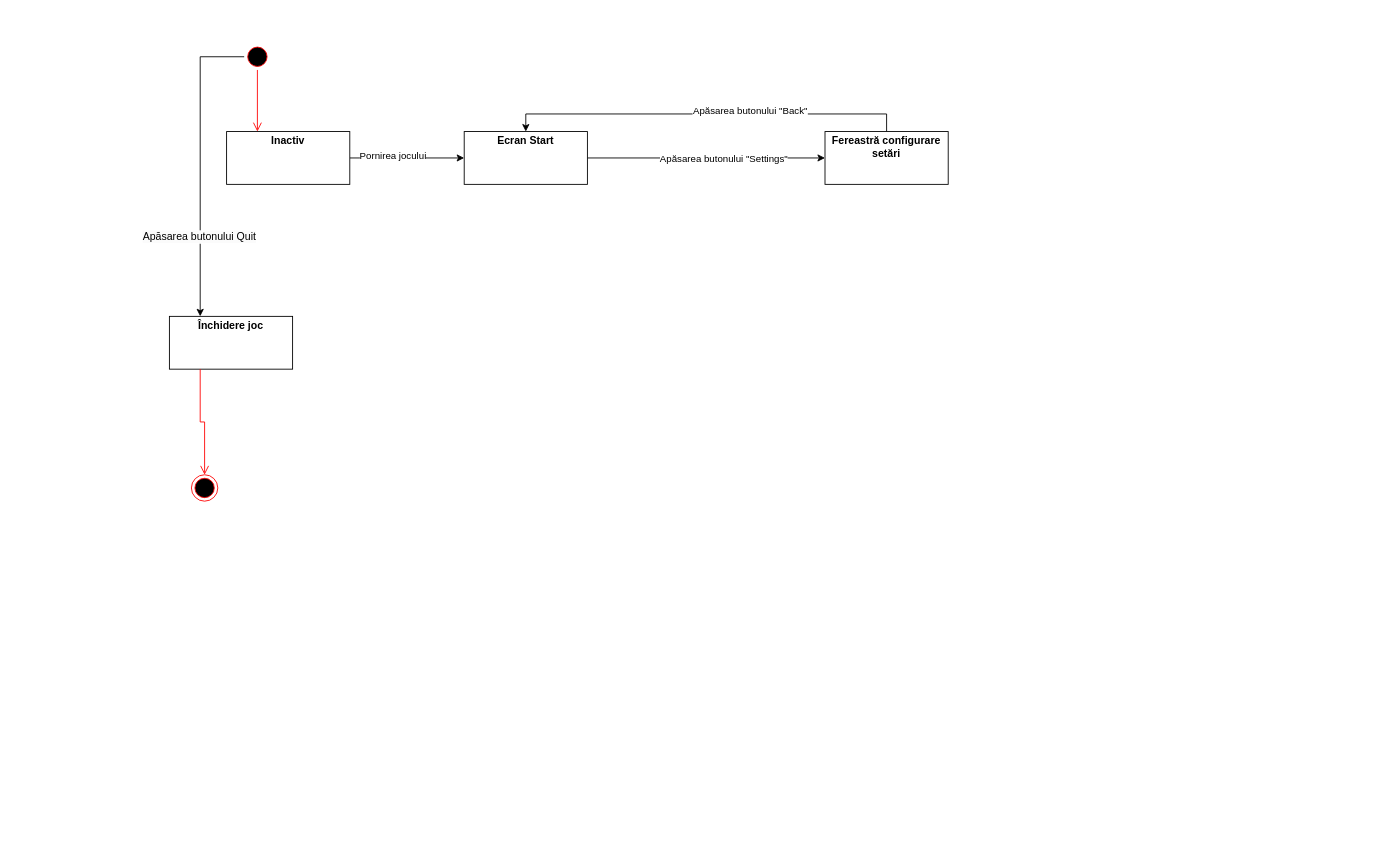
DraghiciAndrei1307/DiagramaDeClase keeps this draw.io diagram as Untitled Diagram.drawio. Above is the earlier version. Source tidied: cells renumbered, new cells numbered last; positions are measured from the earlier drawing's top-left corner, leaving out a move shared by most shapes. Both pictures are drawn from the tidied source at 88%, with x=0, y=0 at pixel (169, 43).
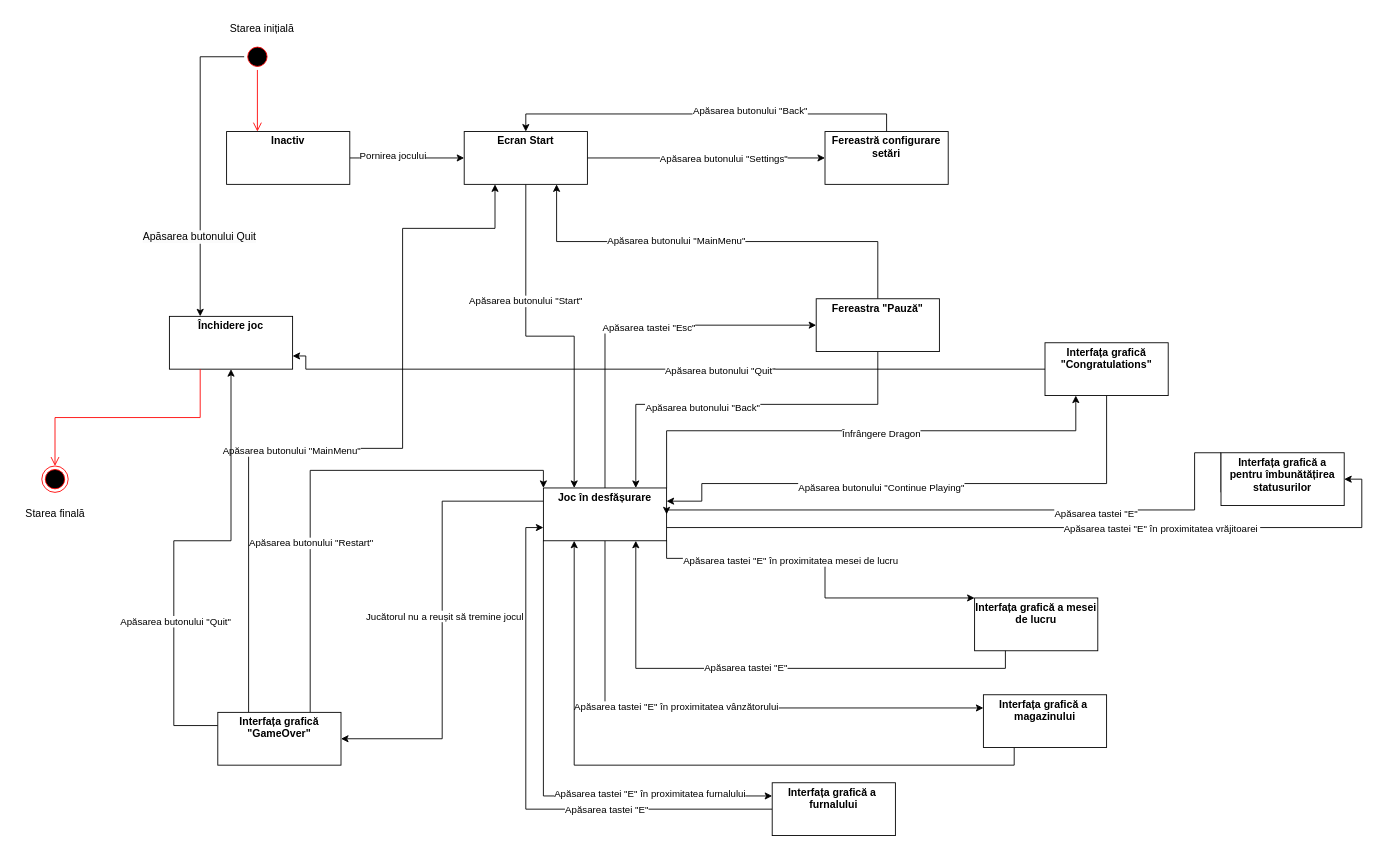
After the change.

Unchanged cells that the change refers to:
```xml
<mxCell id="12" value="&lt;p style=&quot;margin:0px;margin-top:4px;text-align:center;&quot;&gt;&lt;b&gt;Ecran Start&lt;/b&gt;&lt;/p&gt;" style="verticalAlign=top;align=left;overflow=fill;html=1;whiteSpace=wrap;" parent="1" vertex="1">
  <mxGeometry x="335" y="100" width="140" height="60" as="geometry" />
</mxCell>
<mxCell id="16" value="&lt;p style=&quot;margin:0px;margin-top:4px;text-align:center;&quot;&gt;&lt;b&gt;Închidere joc&lt;/b&gt;&lt;/p&gt;" style="verticalAlign=top;align=left;overflow=fill;html=1;whiteSpace=wrap;" parent="1" vertex="1">
  <mxGeometry y="310" width="140" height="60" as="geometry" />
</mxCell>
```

Diff of the diagram source:
```diff
@@
     <mxCell id="6" style="ellipse;html=1;shape=endState;fillColor=#000000;strokeColor=#ff0000;" parent="1" vertex="1">
-      <mxGeometry x="25" y="490" width="30" height="30" as="geometry" />
+      <mxGeometry x="-145" y="480" width="30" height="30" as="geometry" />
     </mxCell>
@@
+    <mxCell id="18" style="edgeStyle=orthogonalEdgeStyle;rounded=0;jettySize=auto;html=1;exitX=0.5;exitY=1;exitDx=0;exitDy=0;entryX=0.25;entryY=0;entryDx=0;entryDy=0;" parent="1" edge="1" source="12" target="34">
+      <mxGeometry relative="1" as="geometry" />
+    </mxCell>
+    <mxCell id="19" value="Apăsarea butonului &quot;Start&quot;" style="edgeLabel;html=1;align=center;verticalAlign=middle;" parent="18" vertex="1">
+      <mxGeometry x="-0.34" y="-1" relative="1" as="geometry" />
+    </mxCell>
@@
+    <mxCell id="20" style="edgeStyle=orthogonalEdgeStyle;rounded=0;jettySize=auto;html=1;exitX=0.5;exitY=0;exitDx=0;exitDy=0;entryX=0;entryY=0.5;entryDx=0;entryDy=0;" parent="1" edge="1" source="34" target="39">
+      <mxGeometry relative="1" as="geometry" />
+    </mxCell>
+    <mxCell id="21" value="Apăsarea tastei &quot;Esc&quot;" style="edgeLabel;html=1;align=center;verticalAlign=middle;" parent="20" vertex="1">
+      <mxGeometry x="0.1" y="-2" relative="1" as="geometry" />
+    </mxCell>
+    <mxCell id="22" style="edgeStyle=orthogonalEdgeStyle;rounded=0;jettySize=auto;html=1;exitX=1;exitY=1;exitDx=0;exitDy=0;" parent="1" edge="1" source="34" target="40">
+      <mxGeometry relative="1" as="geometry">
+        <Array as="points">
+          <mxPoint x="565" y="585" />
+          <mxPoint x="745" y="585" />
+          <mxPoint x="745" y="630" />
+        </Array>
+      </mxGeometry>
+    </mxCell>
+    <mxCell id="23" value="Apăsarea tastei &quot;E&quot; în proximitatea mesei de lucru" style="edgeLabel;html=1;align=center;verticalAlign=middle;" parent="22" vertex="1">
+      <mxGeometry x="-0.23" y="-2" relative="1" as="geometry" />
+    </mxCell>
+    <mxCell id="24" style="edgeStyle=orthogonalEdgeStyle;rounded=0;jettySize=auto;html=1;exitX=0.5;exitY=1;exitDx=0;exitDy=0;entryX=0;entryY=0.25;entryDx=0;entryDy=0;" parent="1" edge="1" source="34" target="44">
+      <mxGeometry relative="1" as="geometry" />
+    </mxCell>
+    <mxCell id="25" value="Apăsarea tastei &quot;E&quot; în proximitatea vânzătorului" style="edgeLabel;html=1;align=center;verticalAlign=middle;" parent="24" vertex="1">
+      <mxGeometry x="-0.13" y="2" relative="1" as="geometry" />
+    </mxCell>
+    <mxCell id="26" style="edgeStyle=orthogonalEdgeStyle;rounded=0;jettySize=auto;html=1;exitX=0;exitY=1;exitDx=0;exitDy=0;entryX=0;entryY=0.25;entryDx=0;entryDy=0;" parent="1" edge="1" source="34" target="47">
+      <mxGeometry relative="1" as="geometry" />
+    </mxCell>
+    <mxCell id="27" value="Apăsarea tastei &quot;E&quot; în proximitatea furnalului" style="edgeLabel;html=1;align=center;verticalAlign=middle;" parent="26" vertex="1">
+      <mxGeometry x="0.49" y="3" relative="1" as="geometry" />
+    </mxCell>
+    <mxCell id="28" style="edgeStyle=orthogonalEdgeStyle;rounded=0;jettySize=auto;html=1;exitX=1;exitY=0.75;exitDx=0;exitDy=0;entryX=1;entryY=0.5;entryDx=0;entryDy=0;" parent="1" edge="1" source="34" target="50">
+      <mxGeometry relative="1" as="geometry" />
+    </mxCell>
+    <mxCell id="29" value="Apăsarea tastei &quot;E&quot; în proximitatea vrăjitoarei&amp;nbsp;" style="edgeLabel;html=1;align=center;verticalAlign=middle;" parent="28" vertex="1">
+      <mxGeometry x="0.3" relative="1" as="geometry" />
+    </mxCell>
+    <mxCell id="30" style="edgeStyle=orthogonalEdgeStyle;rounded=0;jettySize=auto;html=1;exitX=0;exitY=0.25;exitDx=0;exitDy=0;entryX=1;entryY=0.5;entryDx=0;entryDy=0;" parent="1" edge="1" source="34" target="57">
+      <mxGeometry relative="1" as="geometry" />
+    </mxCell>
+    <mxCell id="31" value="Jucătorul nu a reușit să tremine jocul" style="edgeLabel;html=1;align=center;verticalAlign=middle;" parent="30" vertex="1">
+      <mxGeometry x="-0.02" y="2" relative="1" as="geometry" />
+    </mxCell>
+    <mxCell id="32" style="edgeStyle=orthogonalEdgeStyle;rounded=0;jettySize=auto;html=1;exitX=1;exitY=0;exitDx=0;exitDy=0;entryX=0.25;entryY=1;entryDx=0;entryDy=0;" parent="1" edge="1" source="34" target="62">
+      <mxGeometry relative="1" as="geometry">
+        <Array as="points">
+          <mxPoint x="565" y="440" />
+          <mxPoint x="1030" y="440" />
+        </Array>
+      </mxGeometry>
+    </mxCell>
+    <mxCell id="33" value="Înfrângere Dragon" style="edgeLabel;html=1;align=center;verticalAlign=middle;" parent="32" vertex="1">
+      <mxGeometry x="0.08" y="-2" relative="1" as="geometry">
+        <mxPoint y="1" as="offset" />
+      </mxGeometry>
+    </mxCell>
+    <mxCell id="34" value="&lt;p style=&quot;margin:0px;margin-top:4px;text-align:center;&quot;&gt;&lt;b&gt;Joc în desfășurare&lt;/b&gt;&lt;/p&gt;" style="verticalAlign=top;align=left;overflow=fill;html=1;whiteSpace=wrap;" parent="1" vertex="1">
+      <mxGeometry x="425" y="505" width="140" height="60" as="geometry" />
+    </mxCell>
+    <mxCell id="35" style="edgeStyle=orthogonalEdgeStyle;rounded=0;jettySize=auto;html=1;exitX=0.5;exitY=0;exitDx=0;exitDy=0;entryX=0.75;entryY=1;entryDx=0;entryDy=0;" parent="1" edge="1" source="39" target="12">
+      <mxGeometry relative="1" as="geometry" />
+    </mxCell>
+    <mxCell id="36" value="Apăsarea butonului &quot;MainMenu&quot;" style="edgeLabel;html=1;align=center;verticalAlign=middle;" parent="35" vertex="1">
+      <mxGeometry x="0.19" y="-2" relative="1" as="geometry" />
+    </mxCell>
+    <mxCell id="37" style="edgeStyle=orthogonalEdgeStyle;rounded=0;jettySize=auto;html=1;exitX=0.5;exitY=1;exitDx=0;exitDy=0;entryX=0.75;entryY=0;entryDx=0;entryDy=0;" parent="1" edge="1" source="39" target="34">
+      <mxGeometry relative="1" as="geometry">
+        <Array as="points">
+          <mxPoint x="805" y="410" />
+          <mxPoint x="530" y="410" />
+        </Array>
+      </mxGeometry>
+    </mxCell>
+    <mxCell id="38" value="Apăsarea butonului &quot;Back&quot;" style="edgeLabel;html=1;align=center;verticalAlign=middle;" parent="37" vertex="1">
+      <mxGeometry x="0.21" y="3" relative="1" as="geometry" />
+    </mxCell>
+    <mxCell id="39" value="&lt;p style=&quot;margin:0px;margin-top:4px;text-align:center;&quot;&gt;&lt;b&gt;Fereastra &quot;Pauză&quot;&lt;/b&gt;&lt;/p&gt;" style="verticalAlign=top;align=left;overflow=fill;html=1;whiteSpace=wrap;" parent="1" vertex="1">
+      <mxGeometry x="735" y="290" width="140" height="60" as="geometry" />
+    </mxCell>
+    <mxCell id="40" value="&lt;p style=&quot;margin:0px;margin-top:4px;text-align:center;&quot;&gt;&lt;b&gt;Interfața grafică a mesei de lucru&lt;/b&gt;&lt;/p&gt;" style="verticalAlign=top;align=left;overflow=fill;html=1;whiteSpace=wrap;" parent="1" vertex="1">
+      <mxGeometry x="915" y="630" width="140" height="60" as="geometry" />
+    </mxCell>
+    <mxCell id="41" style="edgeStyle=orthogonalEdgeStyle;rounded=0;jettySize=auto;html=1;exitX=0.25;exitY=1;exitDx=0;exitDy=0;entryX=0.75;entryY=1;entryDx=0;entryDy=0;" parent="1" edge="1" source="40" target="34">
+      <mxGeometry relative="1" as="geometry" />
+    </mxCell>
+    <mxCell id="42" value="Apăsarea tastei &quot;E&quot;" style="edgeLabel;html=1;align=center;verticalAlign=middle;" parent="41" vertex="1">
+      <mxGeometry x="0.08" y="-1" relative="1" as="geometry" />
+    </mxCell>
+    <mxCell id="43" style="edgeStyle=orthogonalEdgeStyle;rounded=0;jettySize=auto;html=1;exitX=0.25;exitY=1;exitDx=0;exitDy=0;entryX=0.25;entryY=1;entryDx=0;entryDy=0;" parent="1" edge="1" source="44" target="34">
+      <mxGeometry relative="1" as="geometry" />
+    </mxCell>
+    <mxCell id="44" value="&lt;p style=&quot;margin:0px;margin-top:4px;text-align:center;&quot;&gt;&lt;b&gt;Interfața grafică a&amp;nbsp; magazinului&lt;/b&gt;&lt;/p&gt;" style="verticalAlign=top;align=left;overflow=fill;html=1;whiteSpace=wrap;" parent="1" vertex="1">
+      <mxGeometry x="925" y="740" width="140" height="60" as="geometry" />
+    </mxCell>
+    <mxCell id="45" style="edgeStyle=orthogonalEdgeStyle;rounded=0;jettySize=auto;html=1;exitX=0;exitY=0.5;exitDx=0;exitDy=0;entryX=0;entryY=0.75;entryDx=0;entryDy=0;" parent="1" edge="1" source="47" target="34">
+      <mxGeometry relative="1" as="geometry" />
+    </mxCell>
+    <mxCell id="46" value="Apăsarea tastei &quot;E&quot;" style="edgeLabel;html=1;align=center;verticalAlign=middle;" parent="45" vertex="1">
+      <mxGeometry x="-0.39" relative="1" as="geometry" />
+    </mxCell>
+    <mxCell id="47" value="&lt;p style=&quot;margin:0px;margin-top:4px;text-align:center;&quot;&gt;&lt;b&gt;Interfața grafică a&amp;nbsp; furnalului&lt;/b&gt;&lt;/p&gt;" style="verticalAlign=top;align=left;overflow=fill;html=1;whiteSpace=wrap;" parent="1" vertex="1">
+      <mxGeometry x="685" y="840" width="140" height="60" as="geometry" />
+    </mxCell>
+    <mxCell id="48" style="edgeStyle=orthogonalEdgeStyle;rounded=0;jettySize=auto;html=1;exitX=0;exitY=0.75;exitDx=0;exitDy=0;entryX=1;entryY=0.5;entryDx=0;entryDy=0;" parent="1" edge="1" source="50" target="34">
+      <mxGeometry relative="1" as="geometry">
+        <Array as="points">
+          <mxPoint x="1195" y="465" />
+          <mxPoint x="1165" y="465" />
+          <mxPoint x="1165" y="530" />
+          <mxPoint x="565" y="530" />
+        </Array>
+      </mxGeometry>
+    </mxCell>
+    <mxCell id="49" value="Apăsarea tastei &quot;E&quot;" style="edgeLabel;html=1;align=center;verticalAlign=middle;" parent="48" vertex="1">
+      <mxGeometry x="-0.32" y="3" relative="1" as="geometry" />
+    </mxCell>
+    <mxCell id="50" value="&lt;p style=&quot;margin:0px;margin-top:4px;text-align:center;&quot;&gt;&lt;b&gt;Interfața grafică a pentru îmbunătățirea statusurilor&lt;/b&gt;&lt;/p&gt;" style="verticalAlign=top;align=left;overflow=fill;html=1;whiteSpace=wrap;" parent="1" vertex="1">
+      <mxGeometry x="1195" y="465" width="140" height="60" as="geometry" />
+    </mxCell>
+    <mxCell id="51" style="edgeStyle=orthogonalEdgeStyle;rounded=0;jettySize=auto;html=1;exitX=0.75;exitY=0;exitDx=0;exitDy=0;entryX=0;entryY=0;entryDx=0;entryDy=0;" parent="1" edge="1" source="57" target="34">
+      <mxGeometry relative="1" as="geometry" />
+    </mxCell>
+    <mxCell id="52" value="Apăsarea butonului &quot;Restart&quot;" style="edgeLabel;html=1;align=center;verticalAlign=middle;" parent="51" vertex="1">
+      <mxGeometry x="-0.31" relative="1" as="geometry" />
+    </mxCell>
+    <mxCell id="53" style="edgeStyle=orthogonalEdgeStyle;rounded=0;jettySize=auto;html=1;exitX=0.25;exitY=0;exitDx=0;exitDy=0;entryX=0.25;entryY=1;entryDx=0;entryDy=0;" parent="1" edge="1" source="57" target="12">
+      <mxGeometry relative="1" as="geometry">
+        <Array as="points">
+          <mxPoint x="90" y="460" />
+          <mxPoint x="265" y="460" />
+          <mxPoint x="265" y="210" />
+          <mxPoint x="370" y="210" />
+        </Array>
+      </mxGeometry>
+    </mxCell>
+    <mxCell id="54" value="Apăsarea butonului &quot;MainMenu&quot;" style="edgeLabel;html=1;align=center;verticalAlign=middle;" parent="53" vertex="1">
+      <mxGeometry x="-0.21" y="-2" relative="1" as="geometry" />
+    </mxCell>
+    <mxCell id="55" style="edgeStyle=orthogonalEdgeStyle;rounded=0;jettySize=auto;html=1;exitX=0;exitY=0.25;exitDx=0;exitDy=0;entryX=0.5;entryY=1;entryDx=0;entryDy=0;" parent="1" edge="1" source="57" target="16">
+      <mxGeometry relative="1" as="geometry">
+        <Array as="points">
+          <mxPoint x="5" y="775" />
+          <mxPoint x="5" y="565" />
+          <mxPoint x="70" y="565" />
+        </Array>
+      </mxGeometry>
+    </mxCell>
+    <mxCell id="56" value="Apăsarea butonului &quot;Quit&quot;" style="edgeLabel;html=1;align=center;verticalAlign=middle;" parent="55" vertex="1">
+      <mxGeometry x="-0.35" y="-1" relative="1" as="geometry" />
+    </mxCell>
+    <mxCell id="57" value="&lt;p style=&quot;margin:0px;margin-top:4px;text-align:center;&quot;&gt;&lt;b&gt;Interfața grafică &quot;GameOver&quot;&lt;/b&gt;&lt;/p&gt;" style="verticalAlign=top;align=left;overflow=fill;html=1;whiteSpace=wrap;" parent="1" vertex="1">
+      <mxGeometry x="55" y="760" width="140" height="60" as="geometry" />
+    </mxCell>
+    <mxCell id="58" style="edgeStyle=orthogonalEdgeStyle;rounded=0;jettySize=auto;html=1;exitX=0.5;exitY=1;exitDx=0;exitDy=0;entryX=1;entryY=0.25;entryDx=0;entryDy=0;" parent="1" edge="1" source="62" target="34">
+      <mxGeometry relative="1" as="geometry">
+        <Array as="points">
+          <mxPoint x="1065" y="500" />
+          <mxPoint x="605" y="500" />
+          <mxPoint x="605" y="520" />
+        </Array>
+      </mxGeometry>
+    </mxCell>
+    <mxCell id="59" value="Apăsarea butonului &quot;Continue Playing&quot;" style="edgeLabel;html=1;align=center;verticalAlign=middle;" parent="58" vertex="1">
+      <mxGeometry x="0.15" y="4" relative="1" as="geometry" />
+    </mxCell>
+    <mxCell id="60" style="edgeStyle=orthogonalEdgeStyle;rounded=0;jettySize=auto;html=1;exitX=0;exitY=0.5;exitDx=0;exitDy=0;entryX=1;entryY=0.75;entryDx=0;entryDy=0;" parent="1" edge="1" source="62" target="16">
+      <mxGeometry relative="1" as="geometry">
+        <Array as="points">
+          <mxPoint x="155" y="370" />
+          <mxPoint x="155" y="355" />
+        </Array>
+      </mxGeometry>
+    </mxCell>
+    <mxCell id="61" value="Apăsarea butonului &quot;Quit&quot;" style="edgeLabel;html=1;align=center;verticalAlign=middle;" parent="60" vertex="1">
+      <mxGeometry x="-0.15" y="1" relative="1" as="geometry" />
+    </mxCell>
+    <mxCell id="62" value="&lt;p style=&quot;margin:0px;margin-top:4px;text-align:center;&quot;&gt;&lt;b&gt;Interfața grafică &quot;Congratulations&lt;/b&gt;&lt;b style=&quot;background-color: initial;&quot;&gt;&quot;&lt;/b&gt;&lt;/p&gt;" style="verticalAlign=top;align=left;overflow=fill;html=1;whiteSpace=wrap;" parent="1" vertex="1">
+      <mxGeometry x="995" y="340" width="140" height="60" as="geometry" />
+    </mxCell>
+    <mxCell id="63" value="Starea inițială" style="text;html=1;align=center;verticalAlign=middle;strokeColor=none;fillColor=none;" parent="1" vertex="1">
+      <mxGeometry x="55" y="-32" width="100" height="30" as="geometry" />
+    </mxCell>
+    <mxCell id="64" value="Starea finală" style="text;html=1;align=center;verticalAlign=middle;strokeColor=none;fillColor=none;" parent="1" vertex="1">
+      <mxGeometry x="-175" y="520" width="90" height="30" as="geometry" />
+    </mxCell>
```
